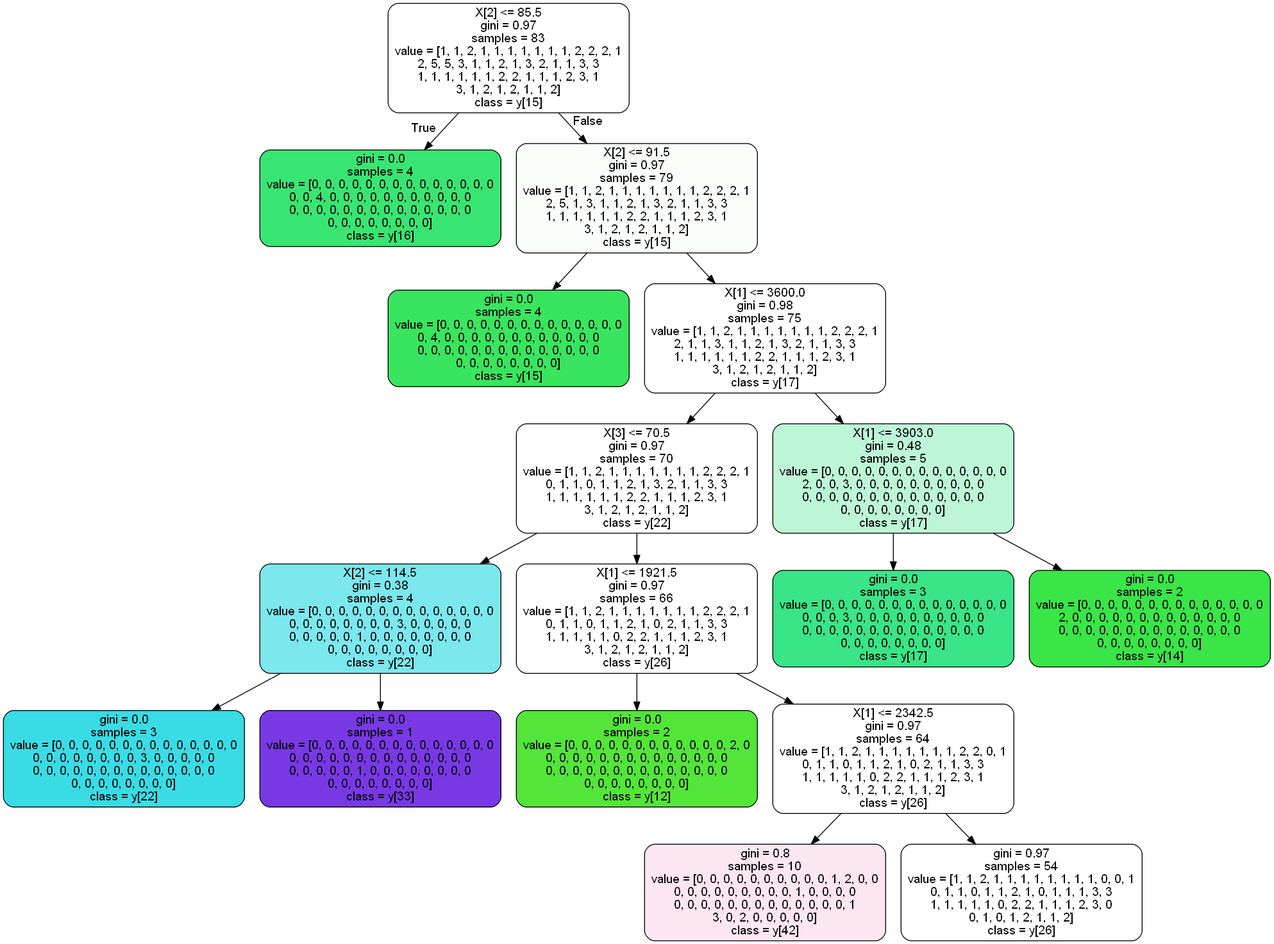
Above: treetrip.png in AndreaDagg/DecisIonCAr (Graphviz), before the change. Its source is kept beside it as treetrip.dot.
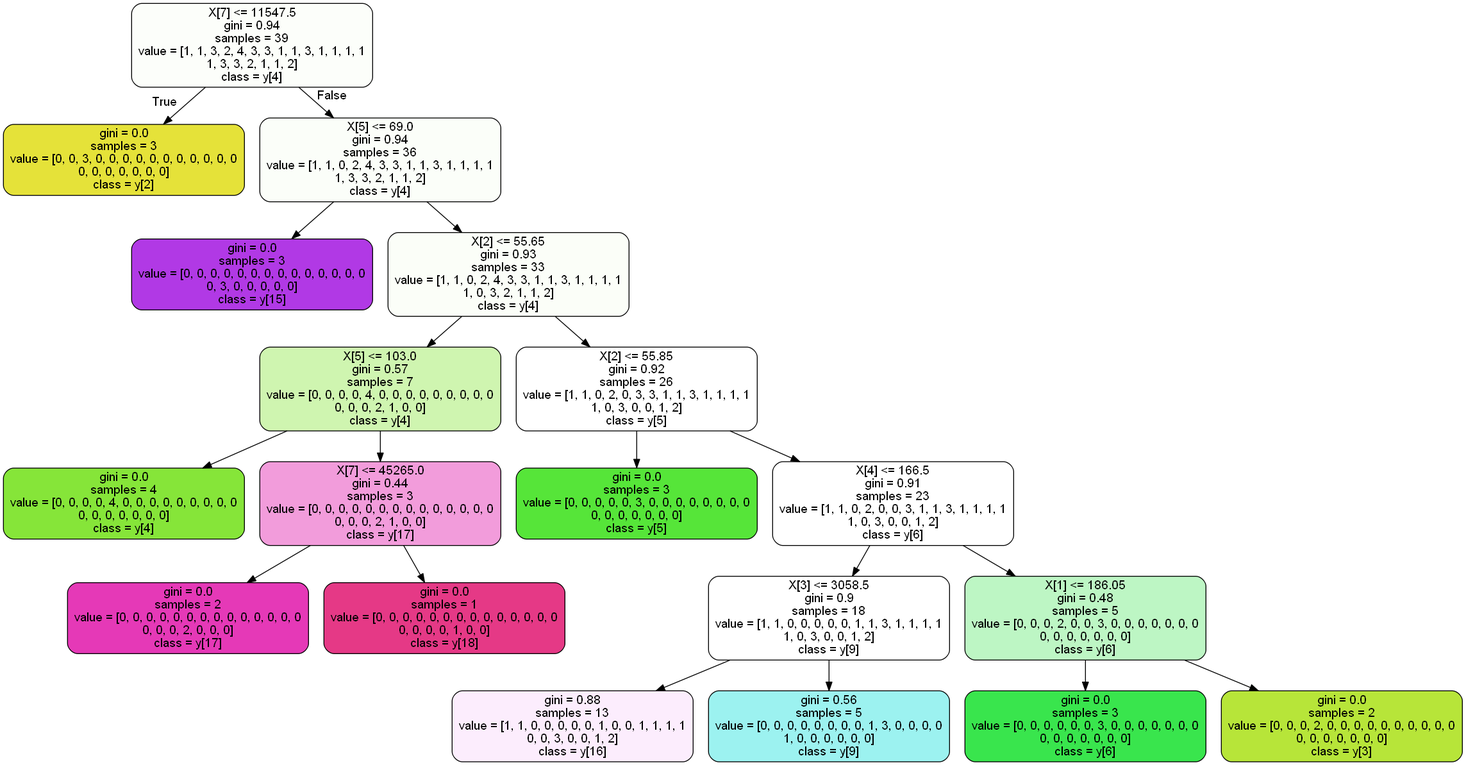
Above is the later version.

What changed in the source:
```diff
@@ -1,37 +1,41 @@
 digraph Tree {
 node [shape=box, style="filled, rounded", color="black", fontname=helvetica] ;
 edge [fontname=helvetica] ;
-0 [label="X[2] <= 85.5\ngini = 0.97\nsamples = 83\nvalue = [1, 1, 2, 1, 1, 1, 1, 1, 1, 1, 2, 2, 2, 1\n2, 5, 5, 3, 1, 1, 2, 1, 3, 2, 1, 1, 3, 3\n1, 1, 1, 1, 1, 1, 2, 2, 1, 1, 1, 2, 3, 1\n3, 1, 2, 1, 2, 1, 1, 2]\nclass = y[15]", fillcolor="#ffffff"] ;
-1 [label="gini = 0.0\nsamples = 4\nvalue = [0, 0, 0, 0, 0, 0, 0, 0, 0, 0, 0, 0, 0, 0\n0, 0, 4, 0, 0, 0, 0, 0, 0, 0, 0, 0, 0, 0\n0, 0, 0, 0, 0, 0, 0, 0, 0, 0, 0, 0, 0, 0\n0, 0, 0, 0, 0, 0, 0, 0]\nclass = y[16]", fillcolor="#39e572"] ;
+0 [label="X[7] <= 11547.5\ngini = 0.94\nsamples = 39\nvalue = [1, 1, 3, 2, 4, 3, 3, 1, 1, 3, 1, 1, 1, 1\n1, 3, 3, 2, 1, 1, 2]\nclass = y[4]", fillcolor="#fcfefa"] ;
+1 [label="gini = 0.0\nsamples = 3\nvalue = [0, 0, 3, 0, 0, 0, 0, 0, 0, 0, 0, 0, 0, 0\n0, 0, 0, 0, 0, 0, 0]\nclass = y[2]", fillcolor="#e5e239"] ;
 0 -> 1 [labeldistance=2.5, labelangle=45, headlabel="True"] ;
-2 [label="X[2] <= 91.5\ngini = 0.97\nsamples = 79\nvalue = [1, 1, 2, 1, 1, 1, 1, 1, 1, 1, 2, 2, 2, 1\n2, 5, 1, 3, 1, 1, 2, 1, 3, 2, 1, 1, 3, 3\n1, 1, 1, 1, 1, 1, 2, 2, 1, 1, 1, 2, 3, 1\n3, 1, 2, 1, 2, 1, 1, 2]\nclass = y[15]", fillcolor="#fafefb"] ;
+2 [label="X[5] <= 69.0\ngini = 0.94\nsamples = 36\nvalue = [1, 1, 0, 2, 4, 3, 3, 1, 1, 3, 1, 1, 1, 1\n1, 3, 3, 2, 1, 1, 2]\nclass = y[4]", fillcolor="#fbfef9"] ;
 0 -> 2 [labeldistance=2.5, labelangle=-45, headlabel="False"] ;
-3 [label="gini = 0.0\nsamples = 4\nvalue = [0, 0, 0, 0, 0, 0, 0, 0, 0, 0, 0, 0, 0, 0\n0, 4, 0, 0, 0, 0, 0, 0, 0, 0, 0, 0, 0, 0\n0, 0, 0, 0, 0, 0, 0, 0, 0, 0, 0, 0, 0, 0\n0, 0, 0, 0, 0, 0, 0, 0]\nclass = y[15]", fillcolor="#39e55e"] ;
+3 [label="gini = 0.0\nsamples = 3\nvalue = [0, 0, 0, 0, 0, 0, 0, 0, 0, 0, 0, 0, 0, 0\n0, 3, 0, 0, 0, 0, 0]\nclass = y[15]", fillcolor="#b139e5"] ;
 2 -> 3 ;
-4 [label="X[1] <= 3600.0\ngini = 0.98\nsamples = 75\nvalue = [1, 1, 2, 1, 1, 1, 1, 1, 1, 1, 2, 2, 2, 1\n2, 1, 1, 3, 1, 1, 2, 1, 3, 2, 1, 1, 3, 3\n1, 1, 1, 1, 1, 1, 2, 2, 1, 1, 1, 2, 3, 1\n3, 1, 2, 1, 2, 1, 1, 2]\nclass = y[17]", fillcolor="#ffffff"] ;
+4 [label="X[2] <= 55.65\ngini = 0.93\nsamples = 33\nvalue = [1, 1, 0, 2, 4, 3, 3, 1, 1, 3, 1, 1, 1, 1\n1, 0, 3, 2, 1, 1, 2]\nclass = y[4]", fillcolor="#fbfef8"] ;
 2 -> 4 ;
-5 [label="X[3] <= 70.5\ngini = 0.97\nsamples = 70\nvalue = [1, 1, 2, 1, 1, 1, 1, 1, 1, 1, 2, 2, 2, 1\n0, 1, 1, 0, 1, 1, 2, 1, 3, 2, 1, 1, 3, 3\n1, 1, 1, 1, 1, 1, 2, 2, 1, 1, 1, 2, 3, 1\n3, 1, 2, 1, 2, 1, 1, 2]\nclass = y[22]", fillcolor="#ffffff"] ;
+5 [label="X[5] <= 103.0\ngini = 0.57\nsamples = 7\nvalue = [0, 0, 0, 0, 4, 0, 0, 0, 0, 0, 0, 0, 0, 0\n0, 0, 0, 2, 1, 0, 0]\nclass = y[4]", fillcolor="#cff5b0"] ;
 4 -> 5 ;
-6 [label="X[2] <= 114.5\ngini = 0.38\nsamples = 4\nvalue = [0, 0, 0, 0, 0, 0, 0, 0, 0, 0, 0, 0, 0, 0\n0, 0, 0, 0, 0, 0, 0, 0, 3, 0, 0, 0, 0, 0\n0, 0, 0, 0, 0, 1, 0, 0, 0, 0, 0, 0, 0, 0\n0, 0, 0, 0, 0, 0, 0, 0]\nclass = y[22]", fillcolor="#7be8ee"] ;
+6 [label="gini = 0.0\nsamples = 4\nvalue = [0, 0, 0, 0, 4, 0, 0, 0, 0, 0, 0, 0, 0, 0\n0, 0, 0, 0, 0, 0, 0]\nclass = y[4]", fillcolor="#86e539"] ;
 5 -> 6 ;
-7 [label="gini = 0.0\nsamples = 3\nvalue = [0, 0, 0, 0, 0, 0, 0, 0, 0, 0, 0, 0, 0, 0\n0, 0, 0, 0, 0, 0, 0, 0, 3, 0, 0, 0, 0, 0\n0, 0, 0, 0, 0, 0, 0, 0, 0, 0, 0, 0, 0, 0\n0, 0, 0, 0, 0, 0, 0, 0]\nclass = y[22]", fillcolor="#39dce5"] ;
-6 -> 7 ;
-8 [label="gini = 0.0\nsamples = 1\nvalue = [0, 0, 0, 0, 0, 0, 0, 0, 0, 0, 0, 0, 0, 0\n0, 0, 0, 0, 0, 0, 0, 0, 0, 0, 0, 0, 0, 0\n0, 0, 0, 0, 0, 1, 0, 0, 0, 0, 0, 0, 0, 0\n0, 0, 0, 0, 0, 0, 0, 0]\nclass = y[33]", fillcolor="#7839e5"] ;
-6 -> 8 ;
-9 [label="X[1] <= 1921.5\ngini = 0.97\nsamples = 66\nvalue = [1, 1, 2, 1, 1, 1, 1, 1, 1, 1, 2, 2, 2, 1\n0, 1, 1, 0, 1, 1, 2, 1, 0, 2, 1, 1, 3, 3\n1, 1, 1, 1, 1, 0, 2, 2, 1, 1, 1, 2, 3, 1\n3, 1, 2, 1, 2, 1, 1, 2]\nclass = y[26]", fillcolor="#ffffff"] ;
-5 -> 9 ;
-10 [label="gini = 0.0\nsamples = 2\nvalue = [0, 0, 0, 0, 0, 0, 0, 0, 0, 0, 0, 0, 2, 0\n0, 0, 0, 0, 0, 0, 0, 0, 0, 0, 0, 0, 0, 0\n0, 0, 0, 0, 0, 0, 0, 0, 0, 0, 0, 0, 0, 0\n0, 0, 0, 0, 0, 0, 0, 0]\nclass = y[12]", fillcolor="#53e539"] ;
-9 -> 10 ;
-11 [label="X[1] <= 2342.5\ngini = 0.97\nsamples = 64\nvalue = [1, 1, 2, 1, 1, 1, 1, 1, 1, 1, 2, 2, 0, 1\n0, 1, 1, 0, 1, 1, 2, 1, 0, 2, 1, 1, 3, 3\n1, 1, 1, 1, 1, 0, 2, 2, 1, 1, 1, 2, 3, 1\n3, 1, 2, 1, 2, 1, 1, 2]\nclass = y[26]", fillcolor="#ffffff"] ;
-9 -> 11 ;
-12 [label="gini = 0.8\nsamples = 10\nvalue = [0, 0, 0, 0, 0, 0, 0, 0, 0, 0, 1, 2, 0, 0\n0, 0, 0, 0, 0, 0, 0, 0, 0, 1, 0, 0, 0, 0\n0, 0, 0, 0, 0, 0, 0, 0, 0, 0, 0, 0, 0, 1\n3, 0, 2, 0, 0, 0, 0, 0]\nclass = y[42]", fillcolor="#fce6f2"] ;
-11 -> 12 ;
-13 [label="gini = 0.97\nsamples = 54\nvalue = [1, 1, 2, 1, 1, 1, 1, 1, 1, 1, 1, 0, 0, 1\n0, 1, 1, 0, 1, 1, 2, 1, 0, 1, 1, 1, 3, 3\n1, 1, 1, 1, 1, 0, 2, 2, 1, 1, 1, 2, 3, 0\n0, 1, 0, 1, 2, 1, 1, 2]\nclass = y[26]", fillcolor="#ffffff"] ;
-11 -> 13 ;
-14 [label="X[1] <= 3903.0\ngini = 0.48\nsamples = 5\nvalue = [0, 0, 0, 0, 0, 0, 0, 0, 0, 0, 0, 0, 0, 0\n2, 0, 0, 3, 0, 0, 0, 0, 0, 0, 0, 0, 0, 0\n0, 0, 0, 0, 0, 0, 0, 0, 0, 0, 0, 0, 0, 0\n0, 0, 0, 0, 0, 0, 0, 0]\nclass = y[17]", fillcolor="#bdf6d7"] ;
-4 -> 14 ;
-15 [label="gini = 0.0\nsamples = 3\nvalue = [0, 0, 0, 0, 0, 0, 0, 0, 0, 0, 0, 0, 0, 0\n0, 0, 0, 3, 0, 0, 0, 0, 0, 0, 0, 0, 0, 0\n0, 0, 0, 0, 0, 0, 0, 0, 0, 0, 0, 0, 0, 0\n0, 0, 0, 0, 0, 0, 0, 0]\nclass = y[17]", fillcolor="#39e586"] ;
-14 -> 15 ;
-16 [label="gini = 0.0\nsamples = 2\nvalue = [0, 0, 0, 0, 0, 0, 0, 0, 0, 0, 0, 0, 0, 0\n2, 0, 0, 0, 0, 0, 0, 0, 0, 0, 0, 0, 0, 0\n0, 0, 0, 0, 0, 0, 0, 0, 0, 0, 0, 0, 0, 0\n0, 0, 0, 0, 0, 0, 0, 0]\nclass = y[14]", fillcolor="#39e547"] ;
-14 -> 16 ;
+7 [label="X[7] <= 45265.0\ngini = 0.44\nsamples = 3\nvalue = [0, 0, 0, 0, 0, 0, 0, 0, 0, 0, 0, 0, 0, 0\n0, 0, 0, 2, 1, 0, 0]\nclass = y[17]", fillcolor="#f29cdb"] ;
+5 -> 7 ;
+8 [label="gini = 0.0\nsamples = 2\nvalue = [0, 0, 0, 0, 0, 0, 0, 0, 0, 0, 0, 0, 0, 0\n0, 0, 0, 2, 0, 0, 0]\nclass = y[17]", fillcolor="#e539b7"] ;
+7 -> 8 ;
+9 [label="gini = 0.0\nsamples = 1\nvalue = [0, 0, 0, 0, 0, 0, 0, 0, 0, 0, 0, 0, 0, 0\n0, 0, 0, 0, 1, 0, 0]\nclass = y[18]", fillcolor="#e53986"] ;
+7 -> 9 ;
+10 [label="X[2] <= 55.85\ngini = 0.92\nsamples = 26\nvalue = [1, 1, 0, 2, 0, 3, 3, 1, 1, 3, 1, 1, 1, 1\n1, 0, 3, 0, 0, 1, 2]\nclass = y[5]", fillcolor="#ffffff"] ;
+4 -> 10 ;
+11 [label="gini = 0.0\nsamples = 3\nvalue = [0, 0, 0, 0, 0, 3, 0, 0, 0, 0, 0, 0, 0, 0\n0, 0, 0, 0, 0, 0, 0]\nclass = y[5]", fillcolor="#56e539"] ;
+10 -> 11 ;
+12 [label="X[4] <= 166.5\ngini = 0.91\nsamples = 23\nvalue = [1, 1, 0, 2, 0, 0, 3, 1, 1, 3, 1, 1, 1, 1\n1, 0, 3, 0, 0, 1, 2]\nclass = y[6]", fillcolor="#ffffff"] ;
+10 -> 12 ;
+13 [label="X[3] <= 3058.5\ngini = 0.9\nsamples = 18\nvalue = [1, 1, 0, 0, 0, 0, 0, 1, 1, 3, 1, 1, 1, 1\n1, 0, 3, 0, 0, 1, 2]\nclass = y[9]", fillcolor="#ffffff"] ;
+12 -> 13 ;
+14 [label="gini = 0.88\nsamples = 13\nvalue = [1, 1, 0, 0, 0, 0, 0, 1, 0, 0, 1, 1, 1, 1\n0, 0, 3, 0, 0, 1, 2]\nclass = y[16]", fillcolor="#fcedfd"] ;
+13 -> 14 ;
+15 [label="gini = 0.56\nsamples = 5\nvalue = [0, 0, 0, 0, 0, 0, 0, 0, 1, 3, 0, 0, 0, 0\n1, 0, 0, 0, 0, 0, 0]\nclass = y[9]", fillcolor="#9cf2f0"] ;
+13 -> 15 ;
+16 [label="X[1] <= 186.05\ngini = 0.48\nsamples = 5\nvalue = [0, 0, 0, 2, 0, 0, 3, 0, 0, 0, 0, 0, 0, 0\n0, 0, 0, 0, 0, 0, 0]\nclass = y[6]", fillcolor="#bdf6c4"] ;
+12 -> 16 ;
+17 [label="gini = 0.0\nsamples = 3\nvalue = [0, 0, 0, 0, 0, 0, 3, 0, 0, 0, 0, 0, 0, 0\n0, 0, 0, 0, 0, 0, 0]\nclass = y[6]", fillcolor="#39e54d"] ;
+16 -> 17 ;
+18 [label="gini = 0.0\nsamples = 2\nvalue = [0, 0, 0, 2, 0, 0, 0, 0, 0, 0, 0, 0, 0, 0\n0, 0, 0, 0, 0, 0, 0]\nclass = y[3]", fillcolor="#b7e539"] ;
+16 -> 18 ;
 }
```
